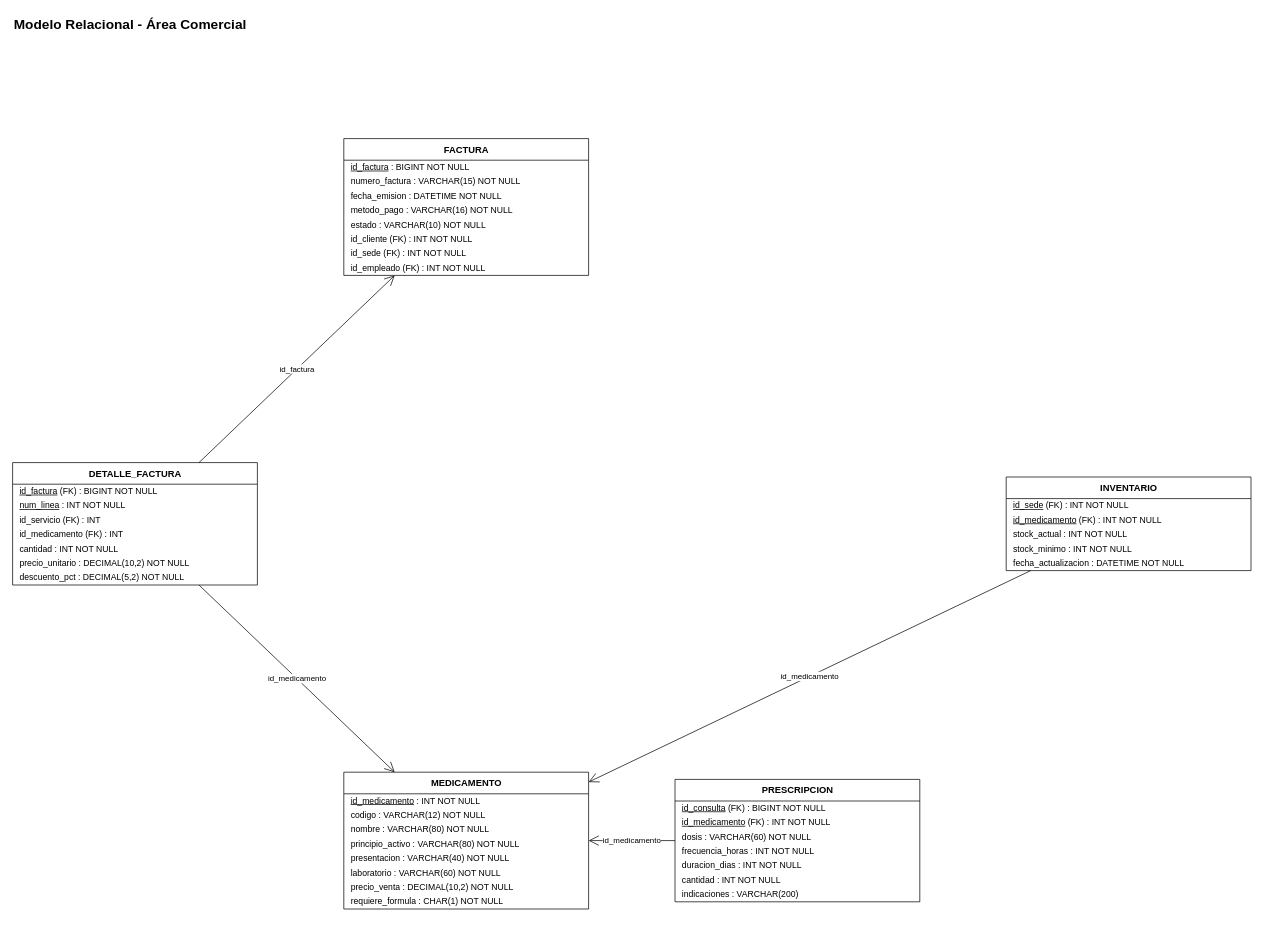
Before: documentos/fase1/diagramas_drawio/26_Relacional_Comercial.drawio in Estarlan/proyecto-bd1-sigevet, a draw.io diagram. Source tidied: cells renumbered, new cells numbered last; positions are measured from the earlier drawing's top-left corner, leaving out a move shared by most shapes. Both pictures are drawn from the tidied source at 72%, with x=0, y=0 at pixel (12, 12).
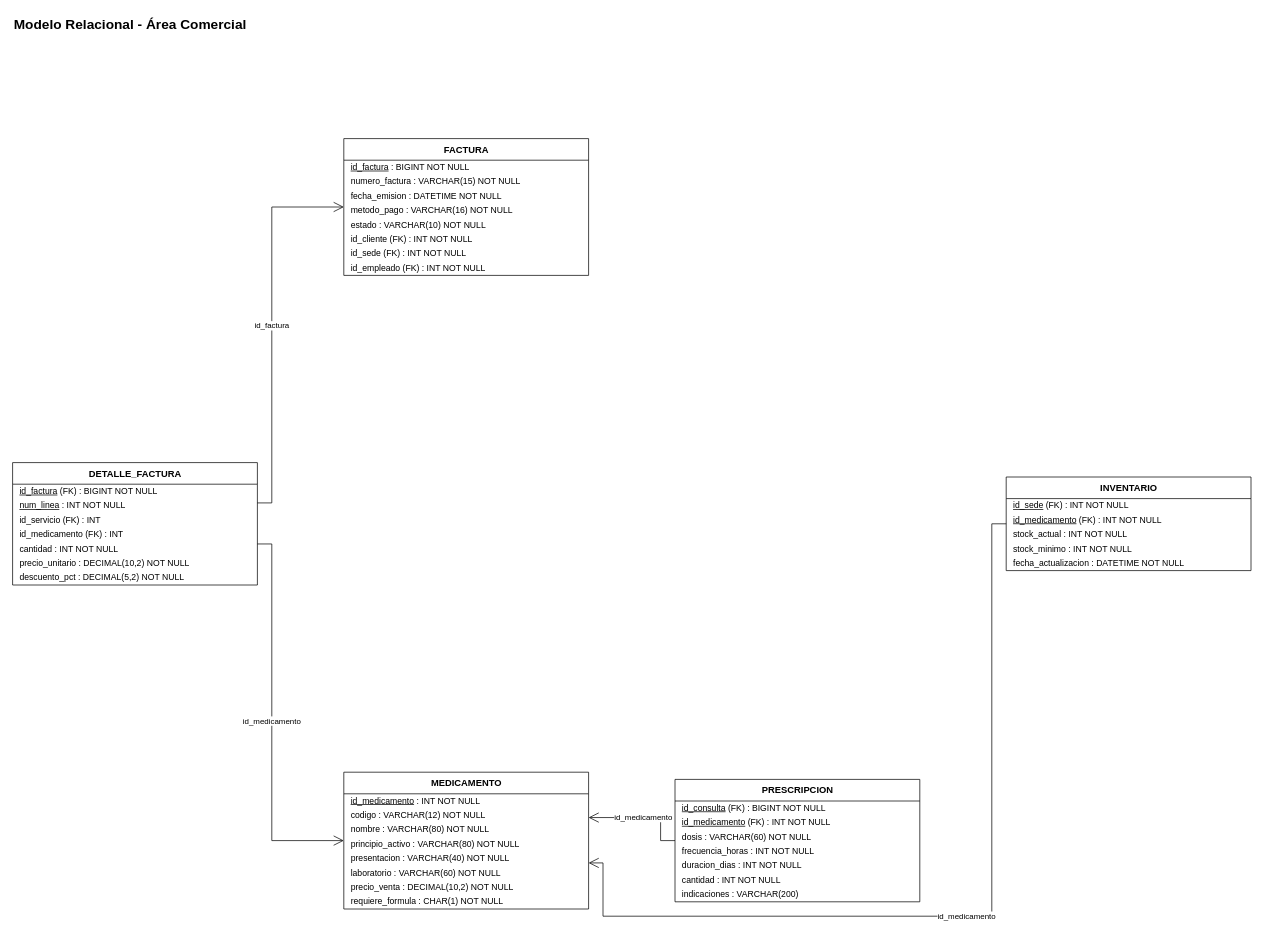
Above is the later version.

Unchanged cells that the change refers to:
```xml
<mxCell id="3" value="MEDICAMENTO" style="swimlane;fontStyle=1;horizontal=1;startSize=30;html=1;fillColor=none;swimlaneFillColor=none;fontSize=13;" parent="1" vertex="1">
  <mxGeometry x="460" y="1055" width="340" height="190" as="geometry" />
</mxCell>
<mxCell id="12" value="PRESCRIPCION" style="swimlane;fontStyle=1;horizontal=1;startSize=30;html=1;fillColor=none;swimlaneFillColor=none;fontSize=13;" parent="1" vertex="1">
  <mxGeometry x="920" y="1065" width="340" height="170" as="geometry" />
</mxCell>
<mxCell id="20" value="INVENTARIO" style="swimlane;fontStyle=1;horizontal=1;startSize=30;html=1;fillColor=none;swimlaneFillColor=none;fontSize=13;" parent="1" vertex="1">
  <mxGeometry x="1380" y="645" width="340" height="130" as="geometry" />
</mxCell>
<mxCell id="26" value="FACTURA" style="swimlane;fontStyle=1;horizontal=1;startSize=30;html=1;fillColor=none;swimlaneFillColor=none;fontSize=13;" parent="1" vertex="1">
  <mxGeometry x="460" y="175" width="340" height="190" as="geometry" />
</mxCell>
<mxCell id="35" value="DETALLE_FACTURA" style="swimlane;fontStyle=1;horizontal=1;startSize=30;html=1;fillColor=none;swimlaneFillColor=none;fontSize=13;" parent="1" vertex="1">
  <mxGeometry y="625" width="340" height="170" as="geometry" />
</mxCell>
```

What changed in the source:
```diff
@@
-    <mxCell id="43" value="id_medicamento" style="html=1;endArrow=none;fontSize=12;labelBackgroundColor=default;endArrow=open;endFill=0;endSize=12;fontSize=11;jumpStyle=arc;jumpSize=10;" parent="1" edge="1" source="12" target="3">
-      <mxGeometry relative="1" as="geometry" />
+    <mxCell id="43" value="id_medicamento" style="html=1;endArrow=none;fontSize=12;labelBackgroundColor=default;edgeStyle=none;rounded=0;exitX=0.00000000;exitY=0.50000000;exitPerimeter=0;entryX=1.00000000;entryY=0.33157895;entryPerimeter=0;endArrow=open;endFill=0;endSize=12;fontSize=11;" parent="1" edge="1" source="12" target="3">
+      <mxGeometry relative="1" as="geometry">
+        <Array as="points">
+          <mxPoint x="900" y="1150" />
+          <mxPoint x="900" y="1118" />
+        </Array>
+      </mxGeometry>
     </mxCell>
-    <mxCell id="44" value="id_medicamento" style="html=1;endArrow=none;fontSize=12;labelBackgroundColor=default;endArrow=open;endFill=0;endSize=12;fontSize=11;jumpStyle=arc;jumpSize=10;" parent="1" edge="1" source="20" target="3">
-      <mxGeometry relative="1" as="geometry" />
+    <mxCell id="44" value="id_medicamento" style="html=1;endArrow=none;fontSize=12;labelBackgroundColor=default;edgeStyle=none;rounded=0;exitX=0.00000000;exitY=0.50000000;exitPerimeter=0;entryX=1.00000000;entryY=0.66315789;entryPerimeter=0;endArrow=open;endFill=0;endSize=12;fontSize=11;" parent="1" edge="1" source="20" target="3">
+      <mxGeometry relative="1" as="geometry">
+        <Array as="points">
+          <mxPoint x="1360" y="710" />
+          <mxPoint x="1360" y="1255" />
+          <mxPoint x="820" y="1255" />
+          <mxPoint x="820" y="1181" />
+        </Array>
+      </mxGeometry>
     </mxCell>
-    <mxCell id="45" value="id_factura" style="html=1;endArrow=none;fontSize=12;labelBackgroundColor=default;endArrow=open;endFill=0;endSize=12;fontSize=11;jumpStyle=arc;jumpSize=10;" parent="1" edge="1" source="35" target="26">
-      <mxGeometry relative="1" as="geometry" />
+    <mxCell id="45" value="id_factura" style="html=1;endArrow=none;fontSize=12;labelBackgroundColor=default;edgeStyle=none;rounded=0;exitX=1.00000000;exitY=0.32941176;exitPerimeter=0;entryX=0.00000000;entryY=0.50000000;entryPerimeter=0;endArrow=open;endFill=0;endSize=12;fontSize=11;" parent="1" edge="1" source="35" target="26">
+      <mxGeometry relative="1" as="geometry">
+        <Array as="points">
+          <mxPoint x="360" y="681" />
+          <mxPoint x="360" y="270" />
+        </Array>
+      </mxGeometry>
     </mxCell>
-    <mxCell id="46" value="id_medicamento" style="html=1;endArrow=none;fontSize=12;labelBackgroundColor=default;endArrow=open;endFill=0;endSize=12;fontSize=11;jumpStyle=arc;jumpSize=10;" parent="1" edge="1" source="35" target="3">
-      <mxGeometry relative="1" as="geometry" />
+    <mxCell id="46" value="id_medicamento" style="html=1;endArrow=none;fontSize=12;labelBackgroundColor=default;edgeStyle=none;rounded=0;exitX=1.00000000;exitY=0.66470588;exitPerimeter=0;entryX=0.00000000;entryY=0.50000000;entryPerimeter=0;endArrow=open;endFill=0;endSize=12;fontSize=11;" parent="1" edge="1" source="35" target="3">
+      <mxGeometry relative="1" as="geometry">
+        <Array as="points">
+          <mxPoint x="360" y="738" />
+          <mxPoint x="360" y="1150" />
+        </Array>
+      </mxGeometry>
     </mxCell>
```
